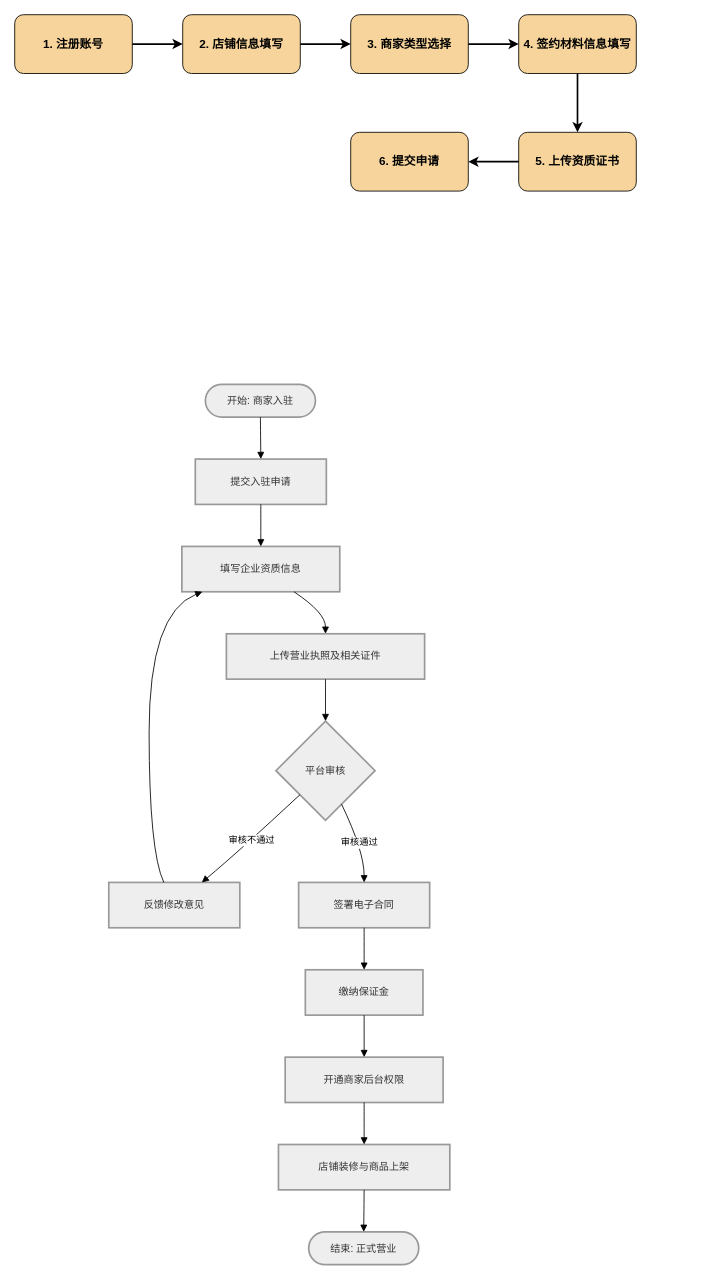
dengyulong/PublicStore keeps this draw.io diagram as diagrams/供应商入驻流程.drawio. Above is the earlier version. Source tidied: cells renumbered, new cells numbered last; positions are measured from the earlier drawing's top-left corner, leaving out a move shared by most shapes. Both pictures are drawn from the tidied source at 84%, with x=0, y=0 at pixel (14, 14).
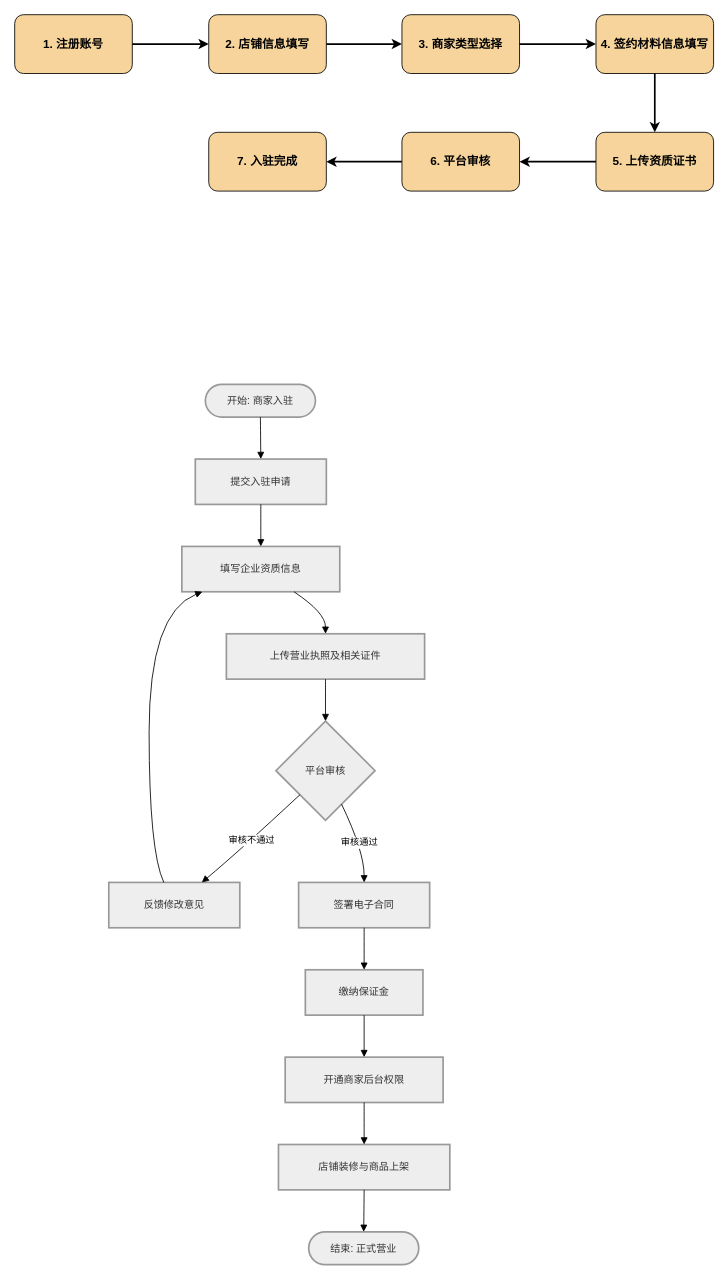
Above is the later version.

Commit message (it also covers changes not shown here):
更新供应商入驻流程.drawio

What changed in the source:
```diff
@@
     <mxCell id="25" value="2. 店铺信息填写" style="rounded=1;whiteSpace=wrap;html=1;fillColor=#F6D49B;strokeColor=#000000;fontStyle=1;fontSize=14;" parent="1" vertex="1">
-      <mxGeometry x="200" width="140" height="70" as="geometry" />
+      <mxGeometry x="231" width="140" height="70" as="geometry" />
     </mxCell>
     <mxCell id="26" value="3. 商家类型选择" style="rounded=1;whiteSpace=wrap;html=1;fillColor=#F6D49B;strokeColor=#000000;fontStyle=1;fontSize=14;" parent="1" vertex="1">
-      <mxGeometry x="400" width="140" height="70" as="geometry" />
+      <mxGeometry x="461" width="140" height="70" as="geometry" />
     </mxCell>
     <mxCell id="27" value="4. 签约材料信息填写" style="rounded=1;whiteSpace=wrap;html=1;fillColor=#F6D49B;strokeColor=#000000;fontStyle=1;fontSize=14;" parent="1" vertex="1">
-      <mxGeometry x="600" width="140" height="70" as="geometry" />
+      <mxGeometry x="692" width="140" height="70" as="geometry" />
     </mxCell>
     <mxCell id="28" value="5. 上传资质证书" style="rounded=1;whiteSpace=wrap;html=1;fillColor=#F6D49B;strokeColor=#000000;fontStyle=1;fontSize=14;" parent="1" vertex="1">
-      <mxGeometry x="600" y="140" width="140" height="70" as="geometry" />
+      <mxGeometry x="692" y="140" width="140" height="70" as="geometry" />
     </mxCell>
+    <mxCell id="35" style="edgeStyle=orthogonalEdgeStyle;rounded=0;jettySize=auto;html=1;strokeWidth=2;" parent="1" edge="1" source="29" target="36">
+      <mxGeometry relative="1" as="geometry" />
+    </mxCell>
-    <mxCell id="29" value="6. 提交申请" style="rounded=1;whiteSpace=wrap;html=1;fillColor=#F6D49B;strokeColor=#000000;fontStyle=1;fontSize=14;" parent="1" vertex="1">
-      <mxGeometry x="400" y="140" width="140" height="70" as="geometry" />
+    <mxCell id="29" value="6. 平台审核" style="rounded=1;whiteSpace=wrap;html=1;fillColor=#F6D49B;strokeColor=#000000;fontStyle=1;fontSize=14;" parent="1" vertex="1">
+      <mxGeometry x="461" y="140" width="140" height="70" as="geometry" />
     </mxCell>
@@
+    <mxCell id="36" value="7. 入驻完成" style="rounded=1;whiteSpace=wrap;html=1;fillColor=#F6D49B;strokeColor=#000000;fontStyle=1;fontSize=14;" parent="1" vertex="1">
+      <mxGeometry x="231" y="140" width="140" height="70" as="geometry" />
+    </mxCell>
```
